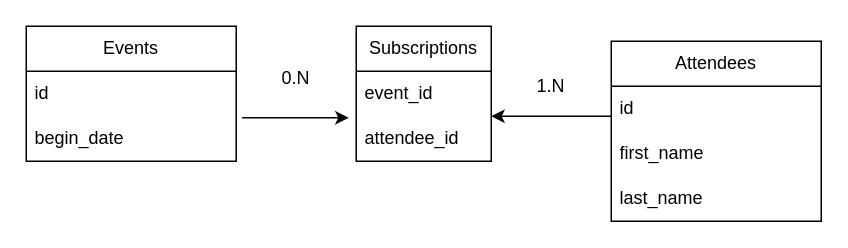
Before: MLD.drawio in philippe-delaval/event-app, a draw.io diagram. Source tidied: cells renumbered, new cells numbered last; positions are measured from the earlier drawing's top-left corner, leaving out a move shared by most shapes. Both pictures are drawn from the tidied source at 150%, with x=0, y=0 at pixel (26, 26).
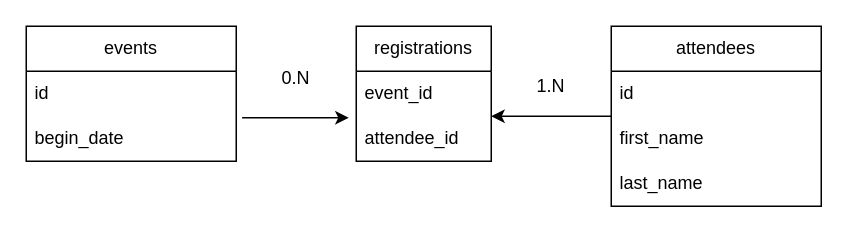
The same page after the edit.

Commit message:
refactor: update schema for registrations

What changed in the source:
```diff
@@
 <mxGraphModel>
   <root>
     <mxCell id="0" />
     <mxCell id="1" parent="0" />
-    <mxCell id="2" value="Events" style="swimlane;fontStyle=0;horizontal=1;startSize=30;whiteSpace=wrap;html=1;" parent="1" vertex="1">
+    <mxCell id="2" value="events" style="swimlane;fontStyle=0;horizontal=1;startSize=30;whiteSpace=wrap;html=1;" parent="1" vertex="1">
       <mxGeometry width="140" height="90" as="geometry" />
     </mxCell>
     <mxCell id="3" value="id" style="text;strokeColor=none;fillColor=none;align=left;verticalAlign=middle;spacingLeft=4;spacingRight=4;overflow=hidden;whiteSpace=wrap;html=1;" parent="2" vertex="1">
       <mxGeometry y="30" width="140" height="30" as="geometry" />
     </mxCell>
     <mxCell id="4" value="begin_date" style="text;strokeColor=none;fillColor=none;align=left;verticalAlign=middle;spacingLeft=4;spacingRight=4;overflow=hidden;points=[[0,0.5],[1,0.5]];portConstraint=eastwest;whiteSpace=wrap;html=1;" parent="2" vertex="1">
       <mxGeometry y="60" width="140" height="30" as="geometry" />
     </mxCell>
-    <mxCell id="5" value="Attendees" style="swimlane;fontStyle=0;horizontal=1;startSize=30;whiteSpace=wrap;html=1;" parent="1" vertex="1">
-      <mxGeometry x="390" y="10" width="140" height="120" as="geometry" />
+    <mxCell id="5" value="attendees" style="swimlane;fontStyle=0;horizontal=1;startSize=30;whiteSpace=wrap;html=1;" parent="1" vertex="1">
+      <mxGeometry x="390" width="140" height="120" as="geometry" />
     </mxCell>
     <mxCell id="6" value="id" style="text;strokeColor=none;fillColor=none;align=left;verticalAlign=middle;spacingLeft=4;spacingRight=4;overflow=hidden;whiteSpace=wrap;html=1;" parent="5" vertex="1">
       <mxGeometry y="30" width="140" height="30" as="geometry" />
     </mxCell>
     <mxCell id="7" value="first_name" style="text;strokeColor=none;fillColor=none;align=left;verticalAlign=middle;spacingLeft=4;spacingRight=4;overflow=hidden;whiteSpace=wrap;html=1;" parent="5" vertex="1">
       <mxGeometry y="60" width="140" height="30" as="geometry" />
     </mxCell>
     <mxCell id="8" value="last_name" style="text;strokeColor=none;fillColor=none;align=left;verticalAlign=middle;spacingLeft=4;spacingRight=4;overflow=hidden;whiteSpace=wrap;html=1;" parent="5" vertex="1">
       <mxGeometry y="90" width="140" height="30" as="geometry" />
     </mxCell>
     <mxCell id="9" value="0.N" style="text;html=1;strokeColor=none;fillColor=none;align=center;verticalAlign=middle;whiteSpace=wrap;rounded=0;" parent="1" vertex="1">
       <mxGeometry x="150" y="20" width="60" height="30" as="geometry" />
     </mxCell>
-    <mxCell id="10" value="Subscriptions" style="swimlane;fontStyle=0;horizontal=1;startSize=30;whiteSpace=wrap;html=1;" parent="1" vertex="1">
+    <mxCell id="10" value="registrations" style="swimlane;fontStyle=0;horizontal=1;startSize=30;whiteSpace=wrap;html=1;" parent="1" vertex="1">
       <mxGeometry x="220" width="90" height="90" as="geometry" />
     </mxCell>
     <mxCell id="11" value="event_id" style="text;strokeColor=none;fillColor=none;align=left;verticalAlign=middle;spacingLeft=4;spacingRight=4;overflow=hidden;whiteSpace=wrap;html=1;" parent="10" vertex="1">
       <mxGeometry y="30" width="90" height="30" as="geometry" />
     </mxCell>
     <mxCell id="12" value="attendee_id" style="text;strokeColor=none;fillColor=none;align=left;verticalAlign=middle;spacingLeft=4;spacingRight=4;overflow=hidden;points=[[0,0.5],[1,0.5]];portConstraint=eastwest;whiteSpace=wrap;html=1;" parent="10" vertex="1">
       <mxGeometry y="60" width="90" height="30" as="geometry" />
     </mxCell>
     <mxCell id="13" style="endArrow=classic;html=1;rounded=0;exitX=1.028;exitY=0.033;exitDx=0;exitDy=0;exitPerimeter=0;entryX=-0.056;entryY=0.033;entryDx=0;entryDy=0;entryPerimeter=0;" parent="1" edge="1" source="4" target="12">
       <mxGeometry relative="1" as="geometry" />
     </mxCell>
     <mxCell id="14" style="endArrow=classic;html=1;rounded=0;" parent="1" edge="1">
       <mxGeometry relative="1" as="geometry">
         <mxPoint x="390" y="60" as="sourcePoint" />
         <mxPoint x="310" y="60" as="targetPoint" />
       </mxGeometry>
     </mxCell>
     <mxCell id="15" value="1.N" style="text;html=1;strokeColor=none;fillColor=none;align=center;verticalAlign=middle;whiteSpace=wrap;rounded=0;" parent="1" vertex="1">
       <mxGeometry x="330" y="30" width="40" height="20" as="geometry" />
     </mxCell>
   </root>
 </mxGraphModel>
```
